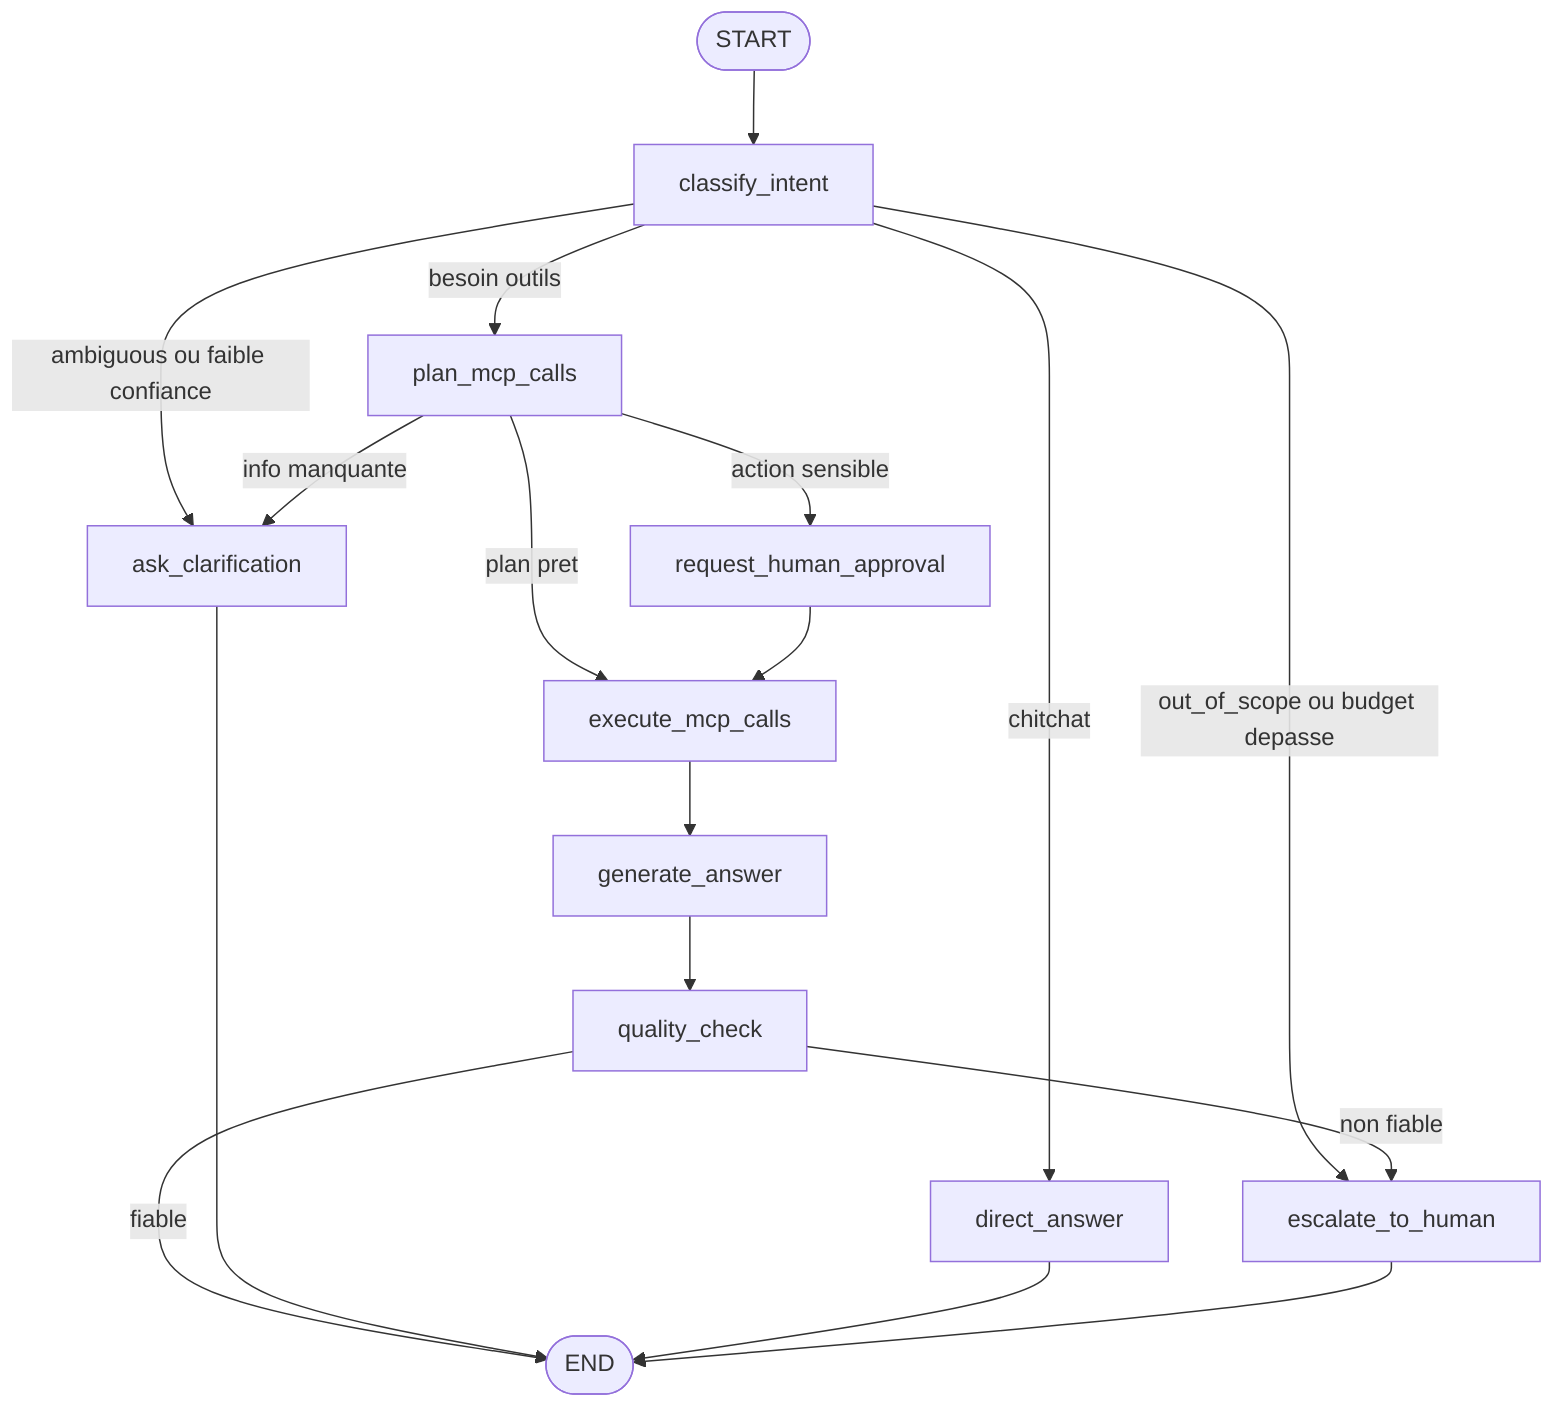
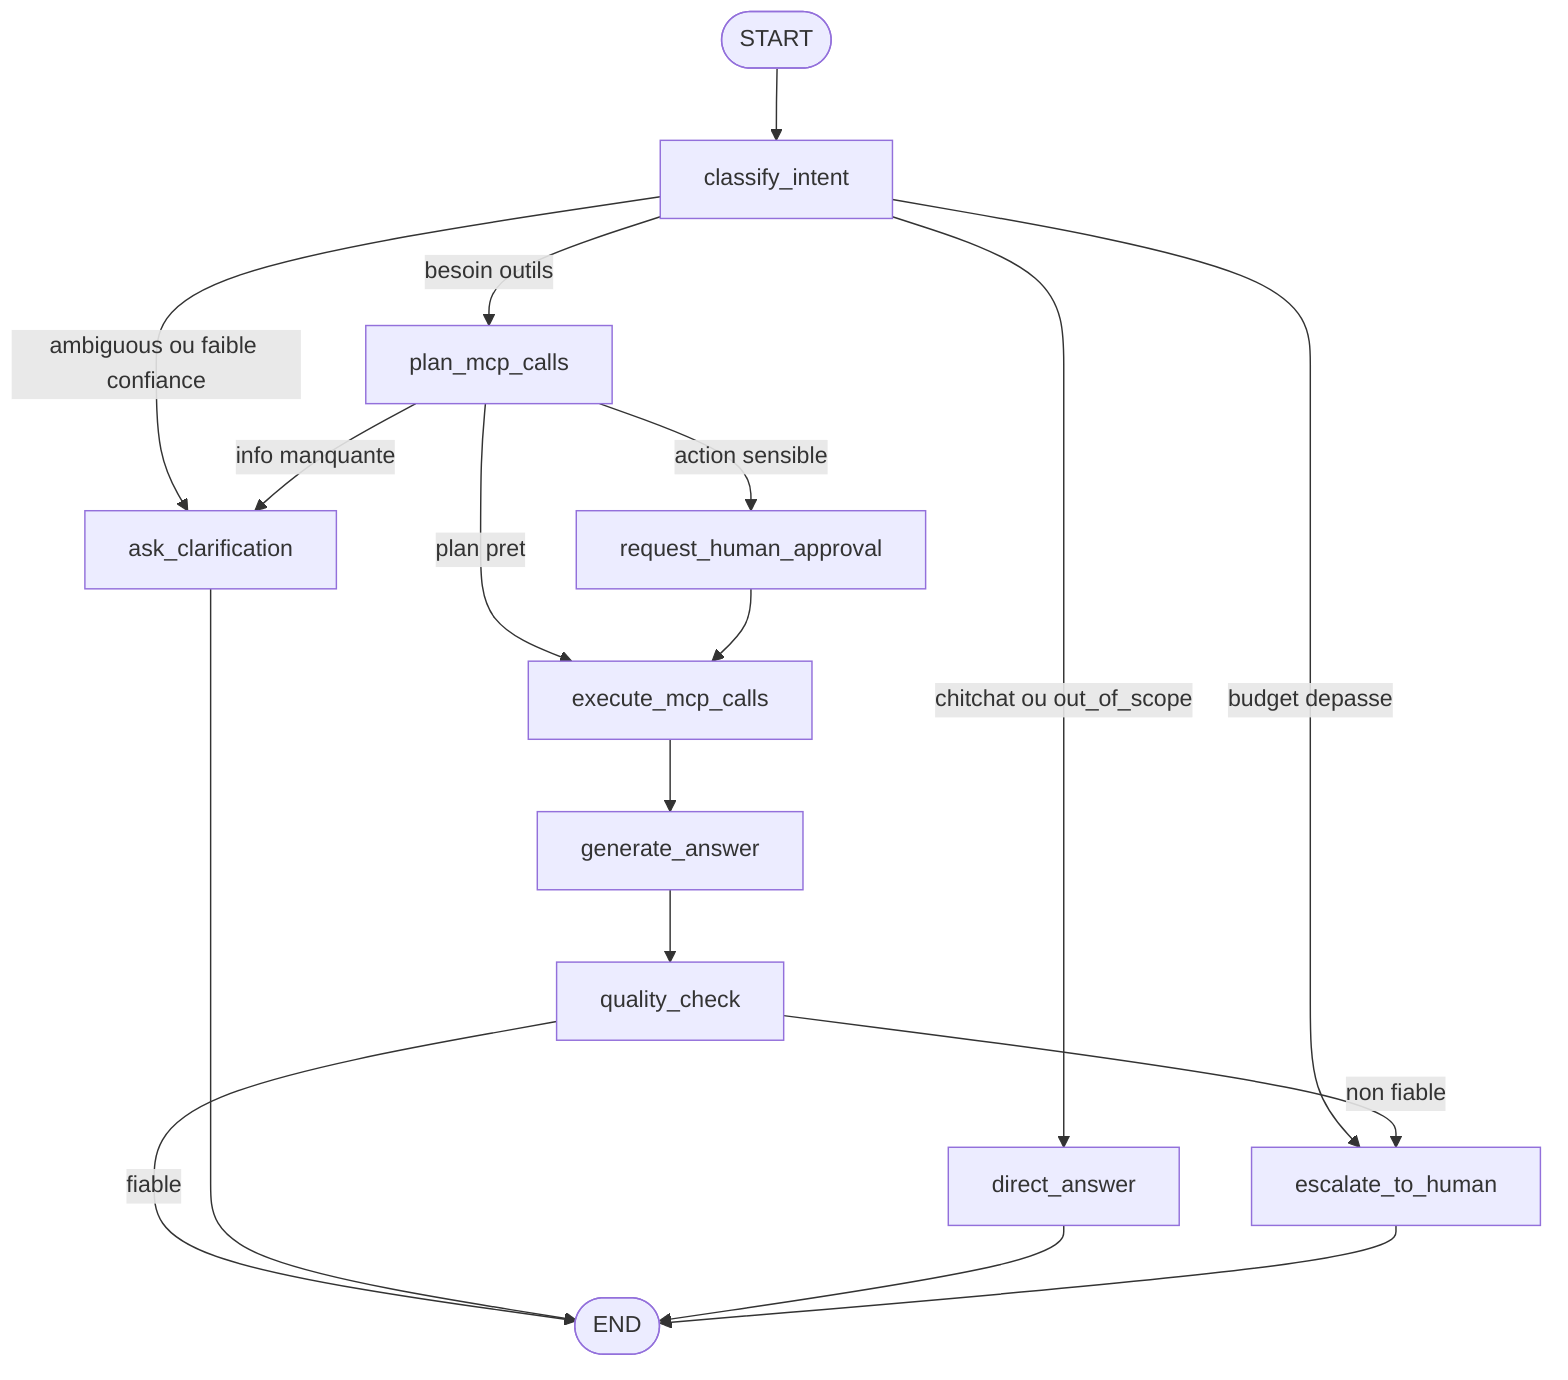
flowchart TD
    START([START]) --> classify_intent

    classify_intent -->|ambiguous ou faible confiance| ask_clarification
-     classify_intent -->|chitchat| direct_answer
-     classify_intent -->|out_of_scope ou budget depasse| escalate_to_human
+     classify_intent -->|chitchat ou out_of_scope| direct_answer
+     classify_intent -->|budget depasse| escalate_to_human
    classify_intent -->|besoin outils| plan_mcp_calls

    plan_mcp_calls -->|info manquante| ask_clarification
    plan_mcp_calls -->|action sensible| request_human_approval
    plan_mcp_calls -->|plan pret| execute_mcp_calls

    request_human_approval --> execute_mcp_calls
    execute_mcp_calls --> generate_answer
    generate_answer --> quality_check

    quality_check -->|fiable| END([END])
    quality_check -->|non fiable| escalate_to_human

    ask_clarification --> END
    direct_answer --> END
    escalate_to_human --> END
